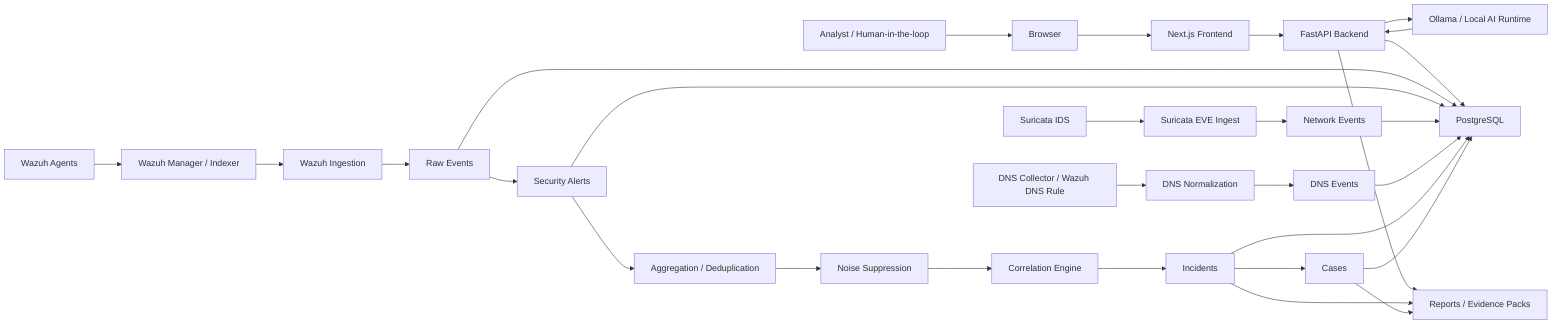
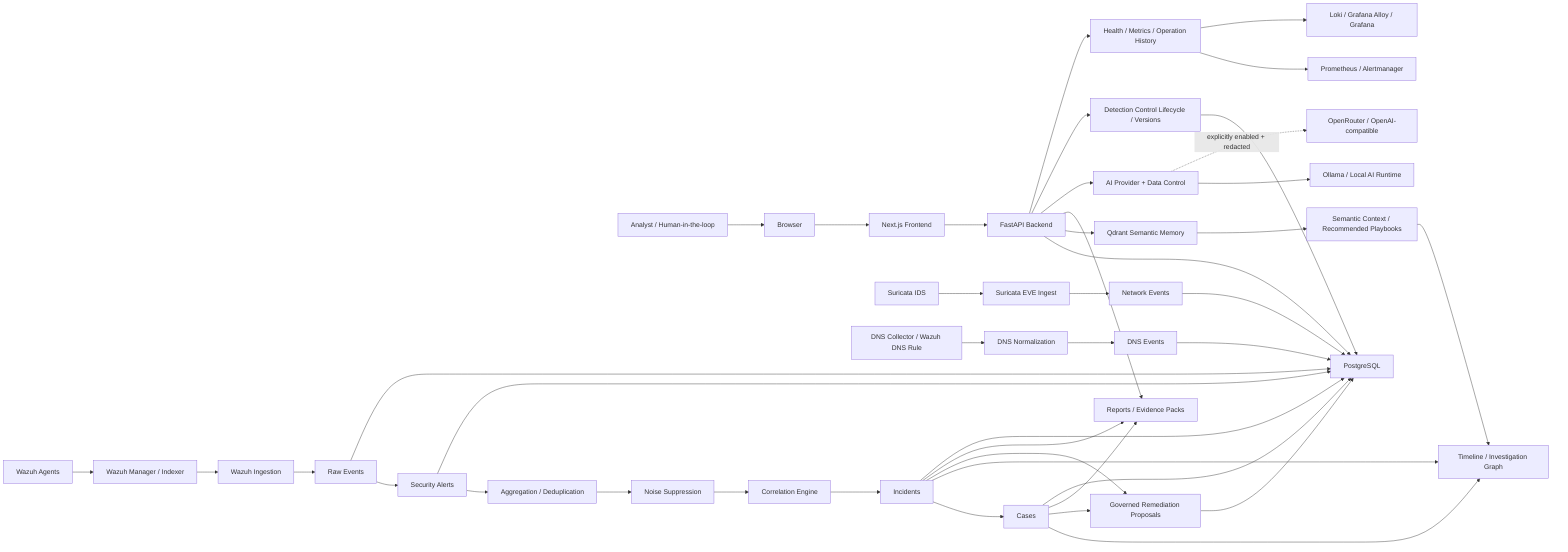
flowchart LR
  analyst["Analyst / Human-in-the-loop"] --> browser["Browser"]
  browser --> frontend["Next.js Frontend"]
  frontend --> api["FastAPI Backend"]

  api --> postgres["PostgreSQL"]
+   api --> qdrant["Qdrant Semantic Memory"]
  api --> reports["Reports / Evidence Packs"]
-   api --> ollama["Ollama / Local AI Runtime"]
-   ollama --> api
+   api --> provider_policy["AI Provider + Data Control"]
+   provider_policy --> ollama["Ollama / Local AI Runtime"]
+   provider_policy -. "explicitly enabled + redacted" .-> external_ai["OpenRouter / OpenAI-compatible"]

  wazuh_agents["Wazuh Agents"] --> wazuh["Wazuh Manager / Indexer"]
  suricata["Suricata IDS"] --> suricata_ingest["Suricata EVE Ingest"]
  dns_collector["DNS Collector / Wazuh DNS Rule"] --> dns_ingest["DNS Normalization"]

  wazuh --> wazuh_ingest["Wazuh Ingestion"]
  wazuh_ingest --> raw_events["Raw Events"]
  suricata_ingest --> network_events["Network Events"]
  dns_ingest --> dns_events["DNS Events"]

  raw_events --> security_alerts["Security Alerts"]
  security_alerts --> aggregation["Aggregation / Deduplication"]
  aggregation --> suppression["Noise Suppression"]
  suppression --> correlation["Correlation Engine"]
  correlation --> incidents["Incidents"]
  incidents --> cases["Cases"]
+   incidents --> investigation["Timeline / Investigation Graph"]
+   cases --> investigation
+   qdrant --> recommendations["Semantic Context / Recommended Playbooks"]
+   recommendations --> investigation
+   incidents --> remediation["Governed Remediation Proposals"]
+   cases --> remediation
+   api --> detection_control["Detection Control Lifecycle / Versions"]
  incidents --> reports
  cases --> reports

  raw_events --> postgres
  security_alerts --> postgres
  network_events --> postgres
  dns_events --> postgres
  incidents --> postgres
  cases --> postgres
+   remediation --> postgres
+   detection_control --> postgres
+ 
+   api --> observability["Health / Metrics / Operation History"]
+   observability --> prometheus["Prometheus / Alertmanager"]
+   observability --> loki["Loki / Grafana Alloy / Grafana"]
